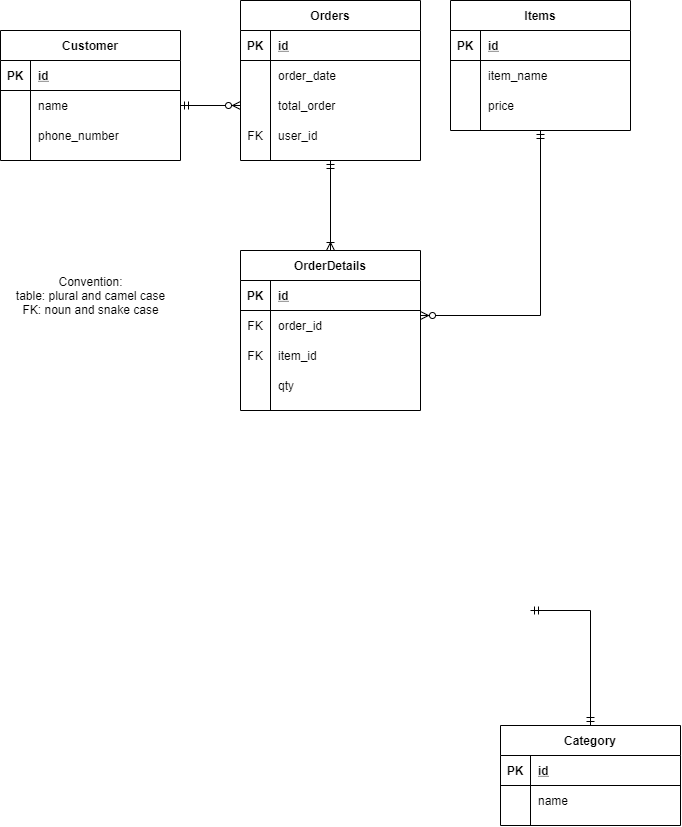
jigzzzz/food-db-design keeps this draw.io diagram as Electives-Exercise.png. Above is the earlier version. Source tidied: cells renumbered, new cells last; positions are measured from the earlier drawing's top-left corner, leaving out a move shared by most shapes.
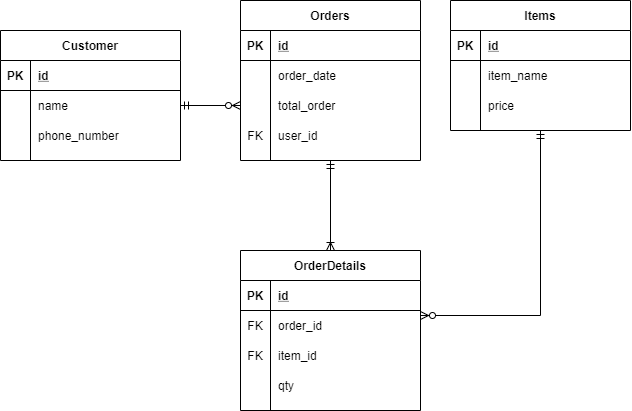
Above is the later version.

The edit, as a diff of the source:
```diff
@@ -15,9 +15,6 @@
         </Array>
       </mxGeometry>
     </mxCell>
-    <mxCell id="5" value="Convention:&lt;br&gt;table: plural and camel case&lt;br&gt;FK: noun and snake case" style="text;html=1;align=center;verticalAlign=middle;" parent="1" vertex="1">
-      <mxGeometry x="10" y="270" width="160" height="50" as="geometry" />
-    </mxCell>
     <mxCell id="6" value="Customer" style="shape=table;startSize=30;rowLines=0;fontStyle=1;align=center;" parent="1" vertex="1">
       <mxGeometry y="30" width="180" height="130" as="geometry" />
     </mxCell>
@@ -156,34 +153,5 @@
     <mxCell id="51" value="price" style="shape=partialRectangle;fillColor=none;top=0;left=0;bottom=0;right=0;align=left;spacingLeft=6;overflow=hidden;" parent="49" vertex="1">
       <mxGeometry x="30" width="150" height="30" as="geometry" />
     </mxCell>
-    <mxCell id="52" style="edgeStyle=orthogonalEdgeStyle;rounded=0;jettySize=auto;html=1;startArrow=ERmandOne;startFill=0;endArrow=ERmandOne;endFill=0;" parent="1" edge="1" source="53">
-      <mxGeometry relative="1" as="geometry">
-        <mxPoint x="530" y="610" as="targetPoint" />
-        <Array as="points">
-          <mxPoint x="590" y="610" />
-        </Array>
-      </mxGeometry>
-    </mxCell>
-    <mxCell id="53" value="Category" style="shape=table;startSize=30;rowLines=0;fontStyle=1;align=center;" parent="1" vertex="1">
-      <mxGeometry x="500" y="725" width="180" height="100" as="geometry" />
-    </mxCell>
-    <mxCell id="54" style="shape=partialRectangle;fillColor=none;top=0;left=0;bottom=1;right=0;" parent="53" vertex="1">
-      <mxGeometry y="30" width="180" height="30" as="geometry" />
-    </mxCell>
-    <mxCell id="55" value="PK" style="shape=partialRectangle;fillColor=none;top=0;left=0;bottom=0;right=0;fontStyle=1;overflow=hidden;" parent="54" vertex="1">
-      <mxGeometry width="30" height="30" as="geometry" />
-    </mxCell>
-    <mxCell id="56" value="id" style="shape=partialRectangle;fillColor=none;top=0;left=0;bottom=0;right=0;align=left;spacingLeft=6;fontStyle=5;overflow=hidden;" parent="54" vertex="1">
-      <mxGeometry x="30" width="150" height="30" as="geometry" />
-    </mxCell>
-    <mxCell id="57" style="shape=partialRectangle;fillColor=none;top=0;left=0;bottom=0;right=0;" parent="53" vertex="1">
-      <mxGeometry y="60" width="180" height="30" as="geometry" />
-    </mxCell>
-    <mxCell id="58" style="shape=partialRectangle;fillColor=none;top=0;left=0;bottom=0;right=0;overflow=hidden;" parent="57" vertex="1">
-      <mxGeometry width="30" height="30" as="geometry" />
-    </mxCell>
-    <mxCell id="59" value="name" style="shape=partialRectangle;fillColor=none;top=0;left=0;bottom=0;right=0;align=left;spacingLeft=6;overflow=hidden;" parent="57" vertex="1">
-      <mxGeometry x="30" width="150" height="30" as="geometry" />
-    </mxCell>
   </root>
 </mxGraphModel>
```
